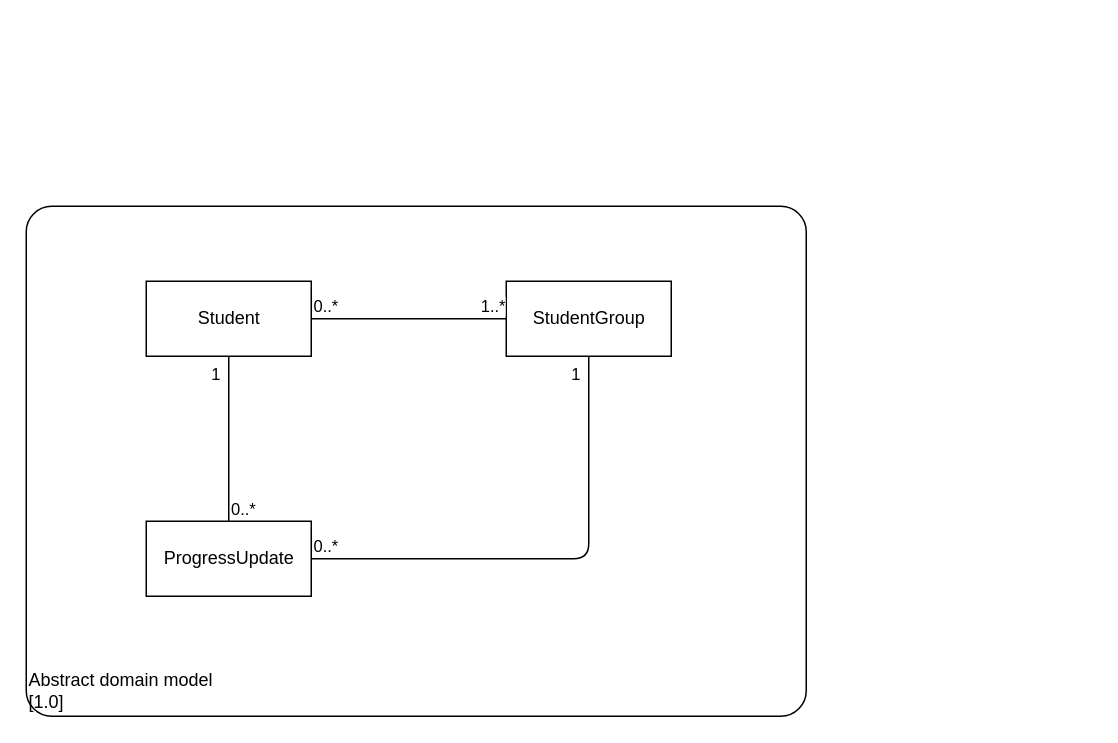
The draw.io diagram page "Domain" (4 of 4) of c4-model.drawio in timohermans/StudentProgress, before the edit. Source tidied: cells renumbered, new cells numbered last; positions are measured from the earlier drawing's top-left corner, leaving out a move shared by most shapes. Both pictures are drawn from the tidied source at 150%, with x=0, y=0 at pixel (26, 206).
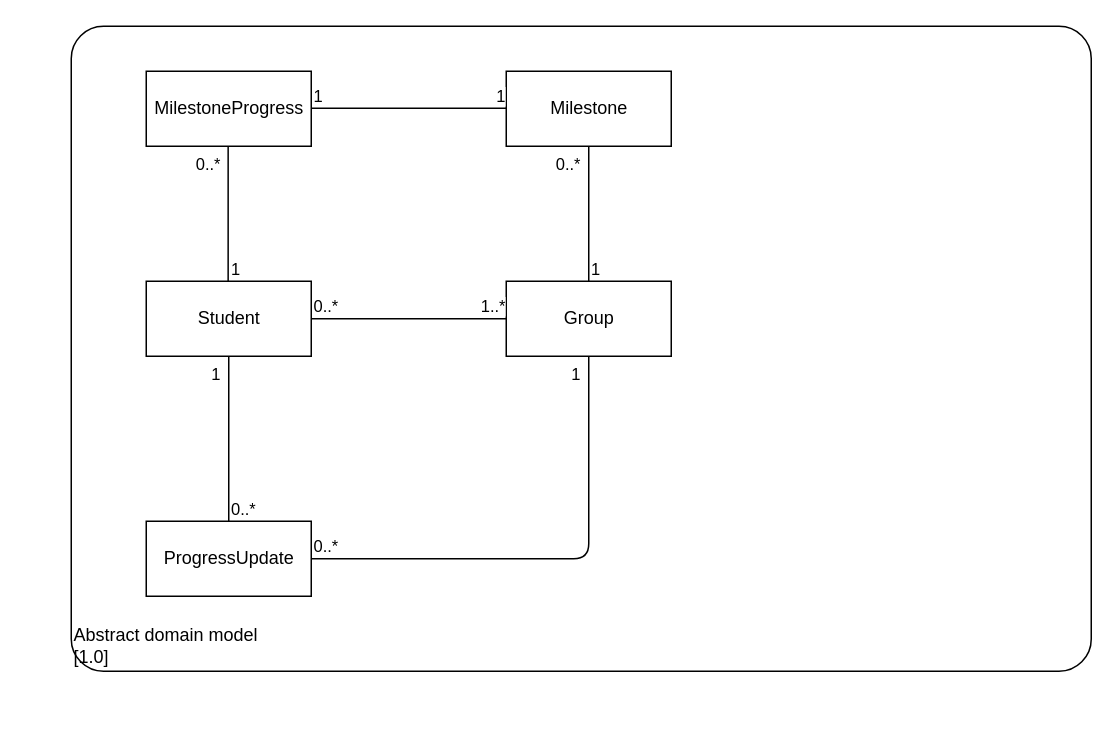
Above is the later version.

Commit message:
Update domain model

What changed in the source:
```diff
@@
     <object id="2" label="&lt;div style=&quot;text-align: left&quot;&gt;%c4Name%&lt;/div&gt;&lt;div style=&quot;text-align: left&quot;&gt;[%c4Application%]&lt;/div&gt;" c4Application="1.0" c4Name="Abstract domain model" placeholders="1">
       <mxCell style="rounded=1;whiteSpace=wrap;html=1;labelBackgroundColor=none;fillColor=#ffffff;fontColor=#000000;align=left;arcSize=5;strokeColor=#000000;verticalAlign=bottom;metaData={&quot;c4Type&quot;:{&quot;editable&quot;:false}};" parent="1" vertex="1">
-        <mxGeometry width="520" height="340" as="geometry" />
+        <mxGeometry x="30" y="-120" width="680" height="430" as="geometry" />
       </mxCell>
     </object>
@@
-    <mxCell id="4" value="StudentGroup" style="html=1;" parent="1" vertex="1">
+    <mxCell id="4" value="Group" style="html=1;" parent="1" vertex="1">
       <mxGeometry x="320" y="50" width="110" height="50" as="geometry" />
     </mxCell>
@@
+    <mxCell id="15" value="Milestone" style="html=1;" parent="1" vertex="1">
+      <mxGeometry x="320" y="-90" width="110" height="50" as="geometry" />
+    </mxCell>
+    <mxCell id="16" style="endArrow=none;html=1;exitX=0.5;exitY=0;exitDx=0;exitDy=0;entryX=0.5;entryY=1;entryDx=0;entryDy=0;endFill=0;" parent="1" edge="1" source="4" target="15">
+      <mxGeometry relative="1" as="geometry" />
+    </mxCell>
+    <mxCell id="17" value="1" style="edgeLabel;html=1;align=left;verticalAlign=bottom;" parent="16" vertex="1">
+      <mxGeometry x="-1" relative="1" as="geometry" />
+    </mxCell>
+    <mxCell id="18" value="0..*" style="edgeLabel;html=1;align=right;verticalAlign=bottom;" parent="16" vertex="1">
+      <mxGeometry x="1" relative="1" as="geometry">
+        <mxPoint x="-5" y="20" as="offset" />
+      </mxGeometry>
+    </mxCell>
+    <mxCell id="19" value="MilestoneProgress" style="html=1;" parent="1" vertex="1">
+      <mxGeometry x="80" y="-90" width="110" height="50" as="geometry" />
+    </mxCell>
+    <mxCell id="20" style="endArrow=none;html=1;exitX=1;exitY=0.5;exitDx=0;exitDy=0;entryX=0;entryY=0.5;entryDx=0;entryDy=0;endFill=0;" parent="1" edge="1">
+      <mxGeometry relative="1" as="geometry">
+        <mxPoint x="190" y="-65.4" as="sourcePoint" />
+        <mxPoint x="320" y="-65.4" as="targetPoint" />
+      </mxGeometry>
+    </mxCell>
+    <mxCell id="21" value="1" style="edgeLabel;html=1;align=left;verticalAlign=bottom;" parent="20" vertex="1">
+      <mxGeometry x="-1" relative="1" as="geometry" />
+    </mxCell>
+    <mxCell id="22" value="1" style="edgeLabel;html=1;align=right;verticalAlign=bottom;" parent="20" vertex="1">
+      <mxGeometry x="1" relative="1" as="geometry" />
+    </mxCell>
+    <mxCell id="23" style="endArrow=none;html=1;exitX=0.5;exitY=0;exitDx=0;exitDy=0;entryX=0.5;entryY=1;entryDx=0;entryDy=0;endFill=0;" parent="1" edge="1">
+      <mxGeometry relative="1" as="geometry">
+        <mxPoint x="134.6" y="50" as="sourcePoint" />
+        <mxPoint x="134.6" y="-40" as="targetPoint" />
+      </mxGeometry>
+    </mxCell>
+    <mxCell id="24" value="1" style="edgeLabel;html=1;align=left;verticalAlign=bottom;" parent="23" vertex="1">
+      <mxGeometry x="-1" relative="1" as="geometry" />
+    </mxCell>
+    <mxCell id="25" value="0..*" style="edgeLabel;html=1;align=right;verticalAlign=bottom;" parent="23" vertex="1">
+      <mxGeometry x="1" relative="1" as="geometry">
+        <mxPoint x="-5" y="20" as="offset" />
+      </mxGeometry>
+    </mxCell>
```
